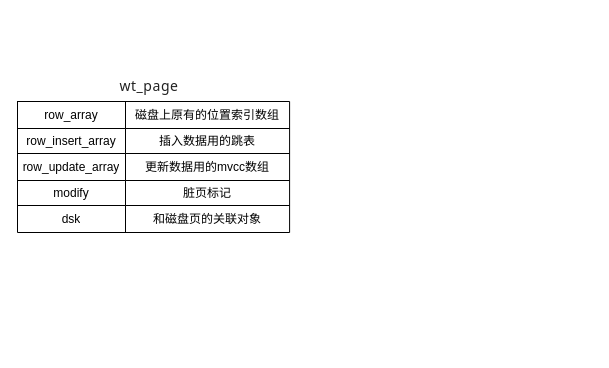
Earlier version of the draw.io diagram WiredTiger_内存page.drawio (TimerIzaya/TimerBlogPic). Source tidied: cells renumbered, new cells numbered last; positions are measured from the earlier drawing's top-left corner, leaving out a move shared by most shapes. Both pictures are drawn from the tidied source at 100%, with x=0, y=0 at pixel (17, 71).
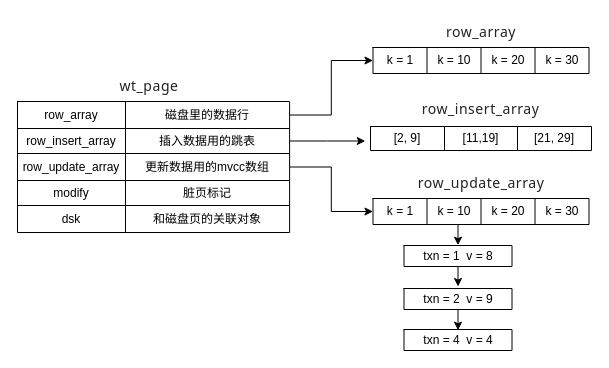
The same diagram, later.

The change refers to these unchanged cells:
```xml
<mxCell id="3" style="shape=tableRow;horizontal=0;startSize=0;swimlaneHead=0;swimlaneBody=0;top=0;left=0;bottom=0;right=0;fillColor=none;points=[[0,0.5],[1,0.5]];portConstraint=eastwest;" parent="2" vertex="1">
  <mxGeometry width="272.1" height="27" as="geometry" />
</mxCell>
<mxCell id="6" style="shape=tableRow;horizontal=0;startSize=0;swimlaneHead=0;swimlaneBody=0;top=0;left=0;bottom=0;right=0;fillColor=none;points=[[0,0.5],[1,0.5]];portConstraint=eastwest;" parent="2" vertex="1">
  <mxGeometry y="27" width="272.1" height="25" as="geometry" />
</mxCell>
<mxCell id="9" style="shape=tableRow;horizontal=0;startSize=0;swimlaneHead=0;swimlaneBody=0;top=0;left=0;bottom=0;right=0;fillColor=none;points=[[0,0.5],[1,0.5]];portConstraint=eastwest;" parent="2" vertex="1">
  <mxGeometry y="52" width="272.1" height="27" as="geometry" />
</mxCell>
```

Change to the diagram source:
```diff
@@
-    <mxCell id="5" value="磁盘上原有的位置索引数组" style="shape=partialRectangle;html=1;whiteSpace=wrap;fillColor=none;top=0;left=0;bottom=0;right=0;overflow=hidden;" parent="3" vertex="1">
+    <mxCell id="5" value="磁盘里的数据行" style="shape=partialRectangle;html=1;whiteSpace=wrap;fillColor=none;top=0;left=0;bottom=0;right=0;overflow=hidden;" parent="3" vertex="1">
       <mxGeometry x="108" width="164" height="27" as="geometry" />
     </mxCell>
@@
+    <mxCell id="19" style="shape=table;html=1;whiteSpace=wrap;startSize=0;childLayout=tableLayout;" parent="1" vertex="1">
+      <mxGeometry x="355.5" y="-24" width="216" height="26" as="geometry" />
+    </mxCell>
+    <mxCell id="20" style="shape=tableRow;horizontal=0;startSize=0;swimlaneHead=0;swimlaneBody=0;top=0;left=0;bottom=0;right=0;fillColor=none;points=[[0,0.5],[1,0.5]];portConstraint=eastwest;" parent="19" vertex="1">
+      <mxGeometry width="216" height="26" as="geometry" />
+    </mxCell>
+    <mxCell id="21" value="k = 1" style="shape=partialRectangle;html=1;whiteSpace=wrap;fillColor=none;top=0;left=0;bottom=0;right=0;overflow=hidden;" parent="20" vertex="1">
+      <mxGeometry width="54" height="26" as="geometry" />
+    </mxCell>
+    <mxCell id="22" value="k = 10" style="shape=partialRectangle;html=1;whiteSpace=wrap;fillColor=none;top=0;left=0;bottom=0;right=0;overflow=hidden;" parent="20" vertex="1">
+      <mxGeometry x="54" width="54" height="26" as="geometry" />
+    </mxCell>
+    <mxCell id="23" value="k = 20" style="shape=partialRectangle;html=1;whiteSpace=wrap;fillColor=none;top=0;left=0;bottom=0;right=0;overflow=hidden;" parent="20" vertex="1">
+      <mxGeometry x="108" width="54" height="26" as="geometry" />
+    </mxCell>
+    <mxCell id="24" value="k = 30" style="shape=partialRectangle;html=1;whiteSpace=wrap;fillColor=none;top=0;left=0;bottom=0;right=0;overflow=hidden;" parent="20" vertex="1">
+      <mxGeometry x="162" width="54" height="26" as="geometry" />
+    </mxCell>
+    <mxCell id="25" value="&lt;span style=&quot;color: rgb(34, 34, 34); font-family: system-ui, -apple-system, BlinkMacSystemFont, &amp;quot;Helvetica Neue&amp;quot;, &amp;quot;PingFang SC&amp;quot;, &amp;quot;Hiragino Sans GB&amp;quot;, &amp;quot;Microsoft YaHei UI&amp;quot;, &amp;quot;Microsoft YaHei&amp;quot;, Arial, sans-serif; font-size: 14px; letter-spacing: 0.544px; text-align: justify; background-color: rgb(255, 255, 255);&quot;&gt;row_array&lt;/span&gt;" style="text;html=1;strokeColor=none;fillColor=none;align=center;verticalAlign=middle;whiteSpace=wrap;rounded=0;" parent="1" vertex="1">
+      <mxGeometry x="429.5" y="-54" width="68" height="30" as="geometry" />
+    </mxCell>
+    <mxCell id="26" style="shape=table;html=1;whiteSpace=wrap;startSize=0;childLayout=tableLayout;" parent="1" vertex="1">
+      <mxGeometry x="353" y="55" width="221" height="24" as="geometry" />
+    </mxCell>
+    <mxCell id="27" style="shape=tableRow;horizontal=0;startSize=0;swimlaneHead=0;swimlaneBody=0;top=0;left=0;bottom=0;right=0;fillColor=none;" parent="26" vertex="1">
+      <mxGeometry width="221" height="24" as="geometry" />
+    </mxCell>
+    <mxCell id="28" value="[2, 9]" style="shape=partialRectangle;html=1;whiteSpace=wrap;fillColor=none;top=0;left=0;bottom=0;right=0;overflow=hidden;" parent="27" vertex="1">
+      <mxGeometry width="74" height="24" as="geometry" />
+    </mxCell>
+    <mxCell id="29" value="[11,19]" style="shape=partialRectangle;html=1;whiteSpace=wrap;fillColor=none;top=0;left=0;bottom=0;right=0;overflow=hidden;" parent="27" vertex="1">
+      <mxGeometry x="74" width="73" height="24" as="geometry" />
+    </mxCell>
+    <mxCell id="30" value="[21, 29]" style="shape=partialRectangle;html=1;whiteSpace=wrap;fillColor=none;top=0;left=0;bottom=0;right=0;overflow=hidden;" parent="27" vertex="1">
+      <mxGeometry x="147" width="74" height="24" as="geometry" />
+    </mxCell>
+    <mxCell id="31" value="&lt;div style=&quot;text-align: justify;&quot;&gt;&lt;font face=&quot;system-ui, -apple-system, BlinkMacSystemFont, Helvetica Neue, PingFang SC, Hiragino Sans GB, Microsoft YaHei UI, Microsoft YaHei, Arial, sans-serif&quot; color=&quot;#222222&quot;&gt;&lt;span style=&quot;font-size: 14px; letter-spacing: 0.544px; background-color: rgb(255, 255, 255);&quot;&gt;row_insert_array&lt;/span&gt;&lt;/font&gt;&lt;/div&gt;" style="text;html=1;strokeColor=none;fillColor=none;align=center;verticalAlign=middle;whiteSpace=wrap;rounded=0;" parent="1" vertex="1">
+      <mxGeometry x="405" y="23" width="117" height="29" as="geometry" />
+    </mxCell>
+    <mxCell id="32" style="shape=table;html=1;whiteSpace=wrap;startSize=0;childLayout=tableLayout;" parent="1" vertex="1">
+      <mxGeometry x="355.5" y="127" width="216" height="26" as="geometry" />
+    </mxCell>
+    <mxCell id="33" style="shape=tableRow;horizontal=0;startSize=0;swimlaneHead=0;swimlaneBody=0;top=0;left=0;bottom=0;right=0;fillColor=none;points=[[0,0.5],[1,0.5]];portConstraint=eastwest;" parent="32" vertex="1">
+      <mxGeometry width="216" height="26" as="geometry" />
+    </mxCell>
+    <mxCell id="34" value="k = 1" style="shape=partialRectangle;html=1;whiteSpace=wrap;fillColor=none;top=0;left=0;bottom=0;right=0;overflow=hidden;" parent="33" vertex="1">
+      <mxGeometry width="54" height="26" as="geometry" />
+    </mxCell>
+    <mxCell id="35" value="k = 10" style="shape=partialRectangle;html=1;whiteSpace=wrap;fillColor=none;top=0;left=0;bottom=0;right=0;overflow=hidden;" parent="33" vertex="1">
+      <mxGeometry x="54" width="54" height="26" as="geometry" />
+    </mxCell>
+    <mxCell id="36" value="k = 20" style="shape=partialRectangle;html=1;whiteSpace=wrap;fillColor=none;top=0;left=0;bottom=0;right=0;overflow=hidden;" parent="33" vertex="1">
+      <mxGeometry x="108" width="54" height="26" as="geometry" />
+    </mxCell>
+    <mxCell id="37" value="k = 30" style="shape=partialRectangle;html=1;whiteSpace=wrap;fillColor=none;top=0;left=0;bottom=0;right=0;overflow=hidden;" parent="33" vertex="1">
+      <mxGeometry x="162" width="54" height="26" as="geometry" />
+    </mxCell>
+    <mxCell id="38" value="&lt;span style=&quot;color: rgb(34, 34, 34); font-family: system-ui, -apple-system, BlinkMacSystemFont, &amp;quot;Helvetica Neue&amp;quot;, &amp;quot;PingFang SC&amp;quot;, &amp;quot;Hiragino Sans GB&amp;quot;, &amp;quot;Microsoft YaHei UI&amp;quot;, &amp;quot;Microsoft YaHei&amp;quot;, Arial, sans-serif; font-size: 14px; letter-spacing: 0.544px; text-align: justify; background-color: rgb(255, 255, 255);&quot;&gt;row_update_array&lt;/span&gt;" style="text;html=1;strokeColor=none;fillColor=none;align=center;verticalAlign=middle;whiteSpace=wrap;rounded=0;" parent="1" vertex="1">
+      <mxGeometry x="429.5" y="97" width="68" height="30" as="geometry" />
+    </mxCell>
+    <mxCell id="39" style="edgeStyle=orthogonalEdgeStyle;rounded=0;jettySize=auto;html=1;" parent="1" edge="1" source="40">
+      <mxGeometry relative="1" as="geometry">
+        <mxPoint x="440.5" y="215.7" as="targetPoint" />
+      </mxGeometry>
+    </mxCell>
+    <mxCell id="40" style="shape=table;html=1;whiteSpace=wrap;startSize=0;childLayout=tableLayout;" parent="1" vertex="1">
+      <mxGeometry x="386.5" y="174" width="108" height="21" as="geometry" />
+    </mxCell>
+    <mxCell id="41" style="shape=tableRow;horizontal=0;startSize=0;swimlaneHead=0;swimlaneBody=0;top=0;left=0;bottom=0;right=0;fillColor=none;" parent="40" vertex="1">
+      <mxGeometry width="108" height="21" as="geometry" />
+    </mxCell>
+    <mxCell id="42" value="txn = 1&amp;nbsp; v = 8" style="shape=partialRectangle;html=1;whiteSpace=wrap;fillColor=none;top=0;left=0;bottom=0;right=0;overflow=hidden;" parent="41" vertex="1">
+      <mxGeometry width="108" height="21" as="geometry" />
+    </mxCell>
+    <mxCell id="43" style="shape=table;html=1;whiteSpace=wrap;startSize=0;childLayout=tableLayout;" parent="1" vertex="1">
+      <mxGeometry x="386.5" y="217" width="108" height="21" as="geometry" />
+    </mxCell>
+    <mxCell id="44" style="shape=tableRow;horizontal=0;startSize=0;swimlaneHead=0;swimlaneBody=0;top=0;left=0;bottom=0;right=0;fillColor=none;" parent="43" vertex="1">
+      <mxGeometry width="108" height="21" as="geometry" />
+    </mxCell>
+    <mxCell id="45" value="txn = 2&amp;nbsp; v = 9" style="shape=partialRectangle;html=1;whiteSpace=wrap;fillColor=none;top=0;left=0;bottom=0;right=0;overflow=hidden;" parent="44" vertex="1">
+      <mxGeometry width="108" height="21" as="geometry" />
+    </mxCell>
+    <mxCell id="46" style="edgeStyle=orthogonalEdgeStyle;rounded=0;orthogonalLoop=1;jettySize=auto;html=1;" parent="1" edge="1">
+      <mxGeometry relative="1" as="geometry">
+        <mxPoint x="440.5" y="153" as="sourcePoint" />
+        <mxPoint x="440.5" y="173.7" as="targetPoint" />
+      </mxGeometry>
+    </mxCell>
+    <mxCell id="47" style="edgeStyle=orthogonalEdgeStyle;rounded=0;orthogonalLoop=1;jettySize=auto;html=1;" parent="1" edge="1">
+      <mxGeometry relative="1" as="geometry">
+        <mxPoint x="440.5" y="238" as="sourcePoint" />
+        <mxPoint x="440.5" y="258.7" as="targetPoint" />
+      </mxGeometry>
+    </mxCell>
+    <mxCell id="48" style="shape=table;html=1;whiteSpace=wrap;startSize=0;childLayout=tableLayout;" parent="1" vertex="1">
+      <mxGeometry x="386.5" y="258" width="108" height="21" as="geometry" />
+    </mxCell>
+    <mxCell id="49" style="shape=tableRow;horizontal=0;startSize=0;swimlaneHead=0;swimlaneBody=0;top=0;left=0;bottom=0;right=0;fillColor=none;" parent="48" vertex="1">
+      <mxGeometry width="108" height="21" as="geometry" />
+    </mxCell>
+    <mxCell id="50" value="txn = 4&amp;nbsp; v = 4" style="shape=partialRectangle;html=1;whiteSpace=wrap;fillColor=none;top=0;left=0;bottom=0;right=0;overflow=hidden;" parent="49" vertex="1">
+      <mxGeometry width="108" height="21" as="geometry" />
+    </mxCell>
+    <mxCell id="51" style="edgeStyle=orthogonalEdgeStyle;rounded=0;jettySize=auto;html=1;" parent="1" edge="1" source="6">
+      <mxGeometry relative="1" as="geometry">
+        <mxPoint x="347.8" y="69.5" as="targetPoint" />
+      </mxGeometry>
+    </mxCell>
+    <mxCell id="52" style="edgeStyle=orthogonalEdgeStyle;rounded=0;jettySize=auto;html=1;entryX=0;entryY=0.5;entryDx=0;entryDy=0;" parent="1" edge="1" source="3" target="20">
+      <mxGeometry relative="1" as="geometry" />
+    </mxCell>
+    <mxCell id="53" style="edgeStyle=orthogonalEdgeStyle;rounded=0;jettySize=auto;html=1;entryX=0;entryY=0.5;entryDx=0;entryDy=0;" parent="1" edge="1" source="9" target="33">
+      <mxGeometry relative="1" as="geometry" />
+    </mxCell>
```
